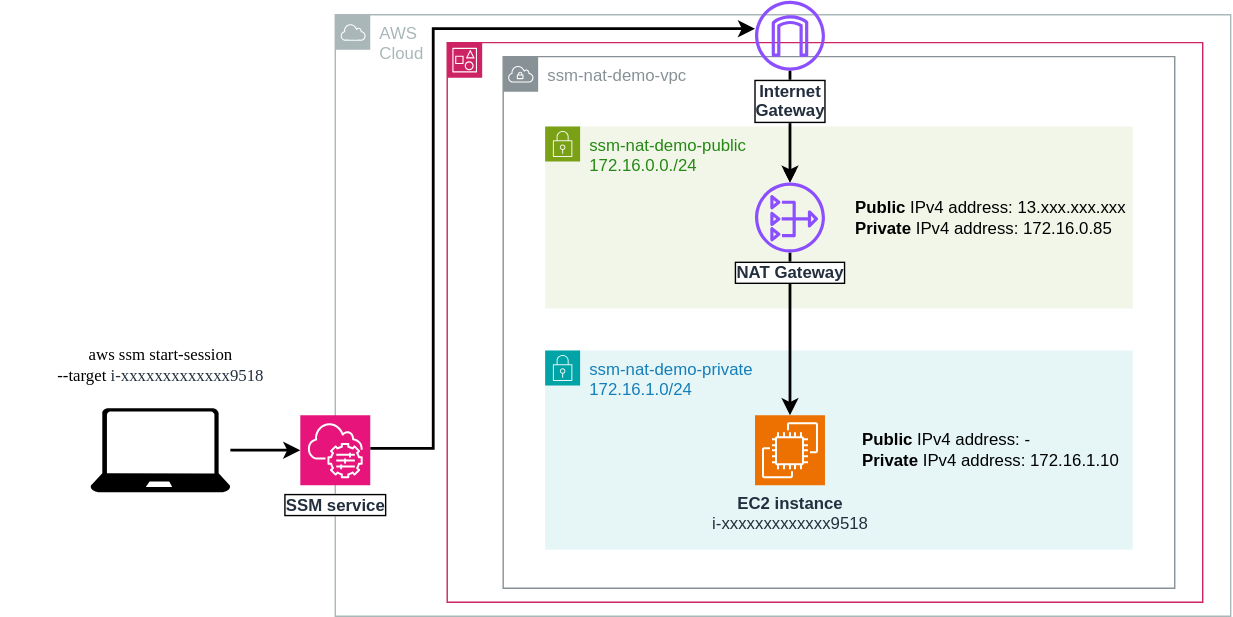
Earlier version of the draw.io export doc/ssm_session_nat.svg (ballestert/demo_ssm_access). Source tidied: cells renumbered, new cells last; positions are measured from the earlier drawing's top-left corner, leaving out a move shared by most shapes.
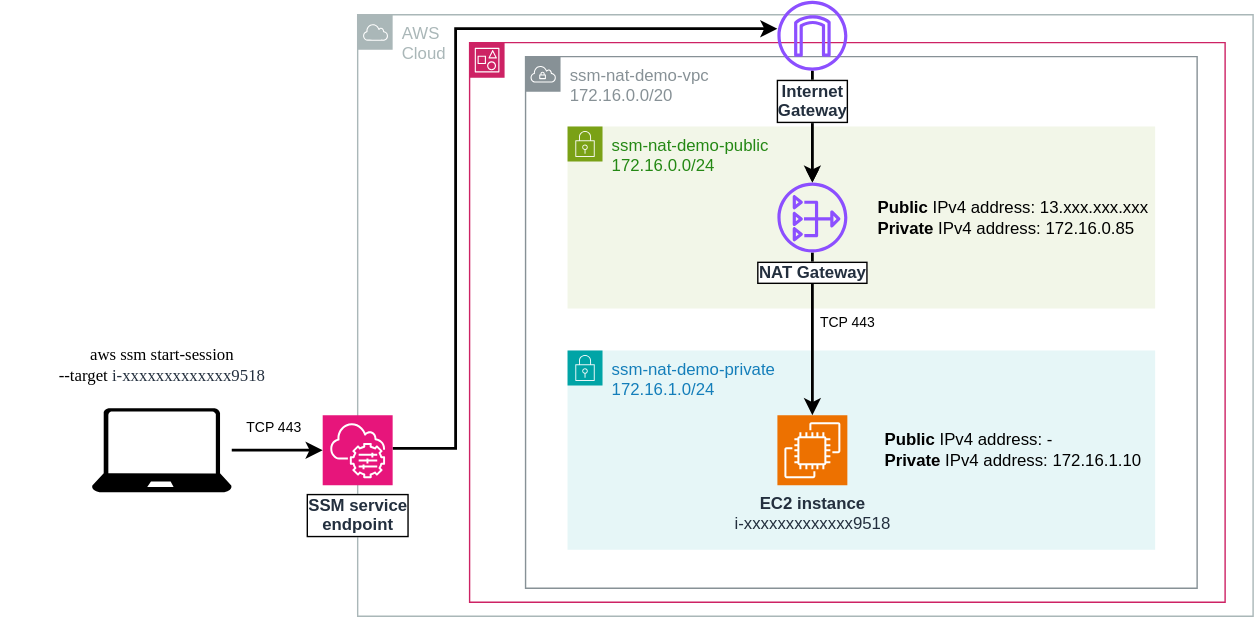
Later version of the same file.

The edit, as a diff of the source:
```diff
@@ -8,10 +8,10 @@
     <mxCell id="3" style="gradientColor=none;html=1;whiteSpace=wrap;fontSize=12;fontStyle=0;shape=mxgraph.aws4.group;grIcon=mxgraph.aws4.group_account;strokeColor=#CD2264;fillColor=none;verticalAlign=top;align=left;spacingLeft=30;fontColor=#CD2264;dashed=0;rounded=0;" parent="1" vertex="1">
       <mxGeometry x="320" y="30" width="540" height="400" as="geometry" />
     </mxCell>
-    <mxCell id="4" value="ssm-nat-demo-vpc" style="gradientColor=none;html=1;whiteSpace=wrap;fontSize=12;fontStyle=0;shape=mxgraph.aws4.group;grIcon=mxgraph.aws4.group_vpc;strokeColor=#879196;fillColor=none;verticalAlign=top;align=left;spacingLeft=30;fontColor=#879196;dashed=0;rounded=0;" parent="3" vertex="1">
+    <mxCell id="4" value="ssm-nat-demo-vpc&lt;div&gt;172.16.0.0/20&lt;/div&gt;" style="gradientColor=none;html=1;whiteSpace=wrap;fontSize=12;fontStyle=0;shape=mxgraph.aws4.group;grIcon=mxgraph.aws4.group_vpc;strokeColor=#879196;fillColor=none;verticalAlign=top;align=left;spacingLeft=30;fontColor=#879196;dashed=0;rounded=0;" parent="3" vertex="1">
       <mxGeometry x="40" y="10" width="480" height="380" as="geometry" />
     </mxCell>
-    <mxCell id="5" value="ssm-nat-&lt;span style=&quot;background-color: initial;&quot;&gt;demo-public&lt;/span&gt;&lt;div&gt;172.16.0.0./24&lt;/div&gt;" style="gradientColor=none;html=1;whiteSpace=wrap;fontSize=12;fontStyle=0;shape=mxgraph.aws4.group;grIcon=mxgraph.aws4.group_security_group;grStroke=0;strokeColor=#7AA116;fillColor=#F2F6E8;verticalAlign=top;align=left;spacingLeft=30;fontColor=#248814;dashed=0;" parent="3" vertex="1">
+    <mxCell id="5" value="ssm-nat-&lt;span style=&quot;background-color: initial;&quot;&gt;demo-public&lt;/span&gt;&lt;div&gt;172.16.0.0/24&lt;/div&gt;" style="gradientColor=none;html=1;whiteSpace=wrap;fontSize=12;fontStyle=0;shape=mxgraph.aws4.group;grIcon=mxgraph.aws4.group_security_group;grStroke=0;strokeColor=#7AA116;fillColor=#F2F6E8;verticalAlign=top;align=left;spacingLeft=30;fontColor=#248814;dashed=0;" parent="3" vertex="1">
       <mxGeometry x="70" y="60" width="420" height="130" as="geometry" />
     </mxCell>
     <mxCell id="6" value="ssm-nat-&lt;span style=&quot;background-color: initial;&quot;&gt;demo-private&lt;/span&gt;&lt;div&gt;172.16.1.0/24&lt;/div&gt;" style="gradientColor=none;html=1;whiteSpace=wrap;fontSize=12;fontStyle=0;shape=mxgraph.aws4.group;grIcon=mxgraph.aws4.group_security_group;grStroke=0;strokeColor=#00A4A6;fillColor=#E6F6F7;verticalAlign=top;align=left;spacingLeft=30;fontColor=#147EBA;dashed=0;rounded=0;" parent="3" vertex="1">
@@ -37,6 +37,9 @@
     <mxCell id="11" value="&lt;b&gt;Public&lt;/b&gt; IPv4 address: 13.xxx.xxx.xxx&lt;div&gt;&lt;b&gt;Private&lt;/b&gt; IPv4 address: 172.16.0.85&lt;/div&gt;" style="text;html=1;align=left;verticalAlign=middle;strokeColor=none;fillColor=none;rounded=0;" parent="3" vertex="1">
       <mxGeometry x="290" y="105" width="220" height="40" as="geometry" />
     </mxCell>
+    <mxCell id="20" value="&lt;font style=&quot;font-size: 10px;&quot;&gt;TCP 443&lt;/font&gt;" style="text;html=1;align=center;verticalAlign=middle;strokeColor=none;fillColor=none;" parent="3" vertex="1">
+      <mxGeometry x="240" y="185" width="60" height="30" as="geometry" />
+    </mxCell>
     <mxCell id="12" style="edgeStyle=orthogonalEdgeStyle;rounded=0;jettySize=auto;html=1;strokeWidth=2;" parent="1" edge="1" source="16" target="19">
       <mxGeometry relative="1" as="geometry">
         <Array as="points">
@@ -49,12 +52,12 @@
       <mxGeometry relative="1" as="geometry" />
     </mxCell>
     <mxCell id="14" style="verticalLabelPosition=bottom;html=1;verticalAlign=top;align=center;strokeColor=none;fillColor=#000000;shape=mxgraph.azure.laptop;" parent="1" vertex="1">
-      <mxGeometry x="65" y="291.2" width="100" height="60" as="geometry" />
+      <mxGeometry x="50" y="291.2" width="100" height="60" as="geometry" />
     </mxCell>
     <mxCell id="15" value="&lt;font face=&quot;Lucida Console&quot;&gt;aws ssm start-session&lt;/font&gt;&lt;div&gt;&lt;font face=&quot;Lucida Console&quot;&gt;--target&amp;nbsp;&lt;/font&gt;&lt;span style=&quot;background-color: initial;&quot;&gt;&lt;font face=&quot;Lucida Console&quot; color=&quot;#232f3e&quot;&gt;i-xxxxxxxxxxxxx9518&lt;/font&gt;&lt;/span&gt;&lt;/div&gt;" style="text;html=1;align=center;verticalAlign=middle;strokeColor=none;fillColor=none;" parent="1" vertex="1">
-      <mxGeometry y="240" width="230" height="40" as="geometry" />
+      <mxGeometry x="-15" y="240" width="230" height="40" as="geometry" />
     </mxCell>
-    <mxCell id="16" value="&lt;div&gt;&lt;b&gt;SSM service&lt;/b&gt;&lt;/div&gt;" style="points=[[0,0,0],[0.25,0,0],[0.5,0,0],[0.75,0,0],[1,0,0],[0,1,0],[0.25,1,0],[0.5,1,0],[0.75,1,0],[1,1,0],[0,0.25,0],[0,0.5,0],[0,0.75,0],[1,0.25,0],[1,0.5,0],[1,0.75,0]];points=[[0,0,0],[0.25,0,0],[0.5,0,0],[0.75,0,0],[1,0,0],[0,1,0],[0.25,1,0],[0.5,1,0],[0.75,1,0],[1,1,0],[0,0.25,0],[0,0.5,0],[0,0.75,0],[1,0.25,0],[1,0.5,0],[1,0.75,0]];outlineConnect=0;fontColor=#232F3E;fillColor=#E7157B;strokeColor=#ffffff;dashed=0;verticalLabelPosition=bottom;verticalAlign=top;align=center;html=1;fontSize=12;fontStyle=0;shape=mxgraph.aws4.resourceIcon;resIcon=mxgraph.aws4.systems_manager;rounded=0;labelBackgroundColor=default;labelBorderColor=default;" parent="1" vertex="1">
+    <mxCell id="16" value="&lt;div&gt;&lt;b&gt;SSM service&lt;/b&gt;&lt;/div&gt;&lt;div&gt;&lt;b&gt;endpoint&lt;/b&gt;&lt;/div&gt;" style="points=[[0,0,0],[0.25,0,0],[0.5,0,0],[0.75,0,0],[1,0,0],[0,1,0],[0.25,1,0],[0.5,1,0],[0.75,1,0],[1,1,0],[0,0.25,0],[0,0.5,0],[0,0.75,0],[1,0.25,0],[1,0.5,0],[1,0.75,0]];points=[[0,0,0],[0.25,0,0],[0.5,0,0],[0.75,0,0],[1,0,0],[0,1,0],[0.25,1,0],[0.5,1,0],[0.75,1,0],[1,1,0],[0,0.25,0],[0,0.5,0],[0,0.75,0],[1,0.25,0],[1,0.5,0],[1,0.75,0]];outlineConnect=0;fontColor=#232F3E;fillColor=#E7157B;strokeColor=#ffffff;dashed=0;verticalLabelPosition=bottom;verticalAlign=top;align=center;html=1;fontSize=12;fontStyle=0;shape=mxgraph.aws4.resourceIcon;resIcon=mxgraph.aws4.systems_manager;rounded=0;labelBackgroundColor=default;labelBorderColor=default;" parent="1" vertex="1">
       <mxGeometry x="215" y="296.2" width="50" height="50" as="geometry" />
     </mxCell>
     <mxCell id="17" style="edgeStyle=orthogonalEdgeStyle;rounded=0;jettySize=auto;html=1;strokeWidth=2;" parent="1" edge="1" source="19" target="9">
@@ -66,5 +69,8 @@
     <mxCell id="19" value="&lt;b&gt;Internet&lt;/b&gt;&lt;div&gt;&lt;b&gt;Gateway&lt;/b&gt;&lt;/div&gt;" style="sketch=0;outlineConnect=0;fontColor=#232F3E;gradientColor=none;fillColor=#8C4FFF;strokeColor=none;dashed=0;verticalLabelPosition=bottom;verticalAlign=top;align=center;html=1;fontSize=12;fontStyle=0;shape=mxgraph.aws4.internet_gateway;labelBackgroundColor=default;labelBorderColor=default;" parent="1" vertex="1">
       <mxGeometry x="540" width="50" height="50" as="geometry" />
     </mxCell>
+    <mxCell id="21" value="&lt;font style=&quot;font-size: 10px;&quot;&gt;TCP 443&lt;/font&gt;" style="text;html=1;align=center;verticalAlign=middle;strokeColor=none;fillColor=none;" parent="1" vertex="1">
+      <mxGeometry x="150" y="290" width="60" height="30" as="geometry" />
+    </mxCell>
   </root>
 </mxGraphModel>
```
